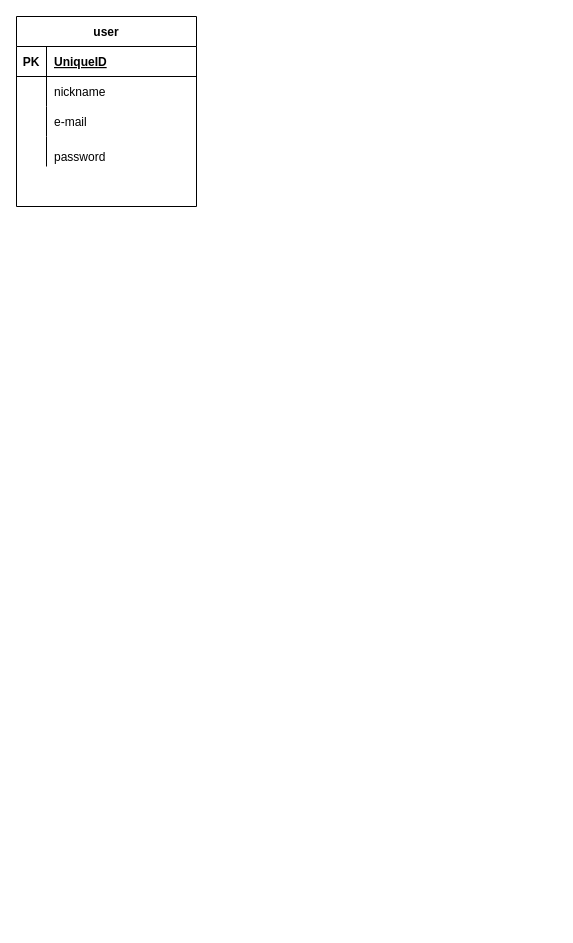
Earlier version of the draw.io diagram test.dio (tsizo/furima-34274). Source tidied: cells renumbered, new cells numbered last; positions are measured from the earlier drawing's top-left corner, leaving out a move shared by most shapes. Both pictures are drawn from the tidied source at 100%, with x=0, y=0 at pixel (16, 16).
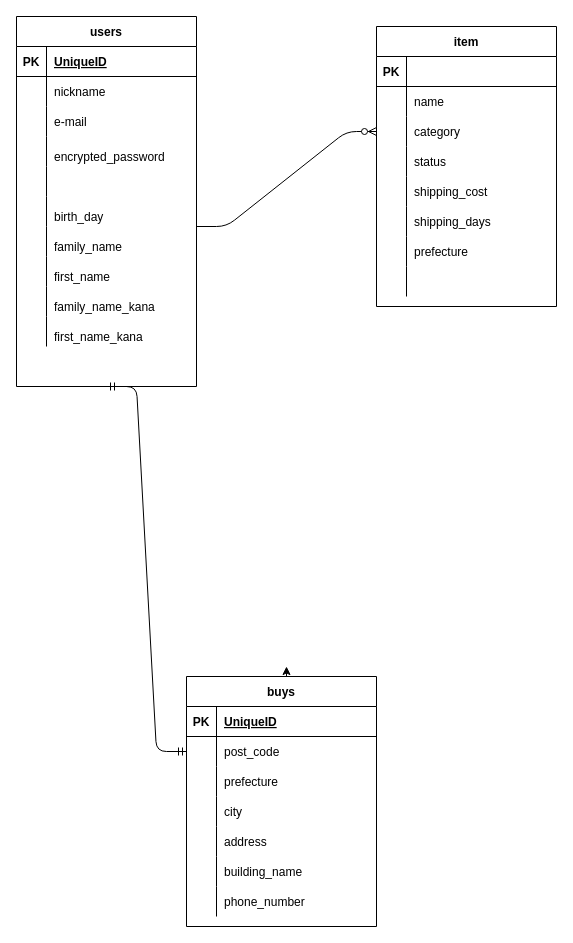
After the change.

The change refers to these unchanged cells:
```xml
<mxCell id="12" style="shape=partialRectangle;fillColor=none;top=0;left=0;bottom=0;right=0;" parent="2" vertex="1">
  <mxGeometry y="120" width="180" height="30" as="geometry" />
</mxCell>
```

Diff of the diagram source:
```diff
@@
+    <mxCell id="15" style="edgeStyle=orthogonalEdgeStyle;rounded=0;jettySize=auto;html=1;" parent="1" edge="1" source="2">
+      <mxGeometry relative="1" as="geometry">
+        <mxPoint y="200" as="targetPoint" />
+        <Array as="points">
+          <mxPoint y="190" />
+          <mxPoint y="190" />
+        </Array>
+      </mxGeometry>
+    </mxCell>
-    <mxCell id="2" value="user" style="shape=table;startSize=30;childLayout=tableLayout;rowLines=0;fontStyle=1;align=center;" parent="1" vertex="1">
-      <mxGeometry width="180" height="190" as="geometry" />
+    <mxCell id="2" value="users" style="shape=table;startSize=30;childLayout=tableLayout;rowLines=0;fontStyle=1;align=center;" parent="1" vertex="1">
+      <mxGeometry width="180" height="370" as="geometry" />
     </mxCell>
@@
-    <mxCell id="14" value="password" style="shape=partialRectangle;fillColor=none;top=0;left=0;bottom=0;right=0;align=left;spacingLeft=6;overflow=hidden;verticalAlign=bottom;" parent="12" vertex="1">
+    <mxCell id="14" value="encrypted_password" style="shape=partialRectangle;fillColor=none;top=0;left=0;bottom=0;right=0;align=left;spacingLeft=6;overflow=hidden;verticalAlign=bottom;" parent="12" vertex="1">
       <mxGeometry x="30" width="150" height="30" as="geometry" />
     </mxCell>
+    <mxCell id="16" style="shape=partialRectangle;fillColor=none;top=0;left=0;bottom=0;right=0;" parent="2" vertex="1">
+      <mxGeometry y="150" width="180" height="30" as="geometry" />
+    </mxCell>
+    <mxCell id="17" style="shape=partialRectangle;fillColor=none;top=0;left=0;bottom=0;right=0;overflow=hidden;" parent="16" vertex="1">
+      <mxGeometry width="30" height="30" as="geometry" />
+    </mxCell>
+    <mxCell id="18" style="shape=partialRectangle;fillColor=none;top=0;left=0;bottom=0;right=0;align=left;spacingLeft=6;overflow=hidden;verticalAlign=bottom;" parent="16" vertex="1">
+      <mxGeometry x="30" width="150" height="30" as="geometry" />
+    </mxCell>
+    <mxCell id="19" style="shape=partialRectangle;fillColor=none;top=0;left=0;bottom=0;right=0;" parent="2" vertex="1">
+      <mxGeometry y="180" width="180" height="30" as="geometry" />
+    </mxCell>
+    <mxCell id="20" style="shape=partialRectangle;fillColor=none;top=0;left=0;bottom=0;right=0;overflow=hidden;" parent="19" vertex="1">
+      <mxGeometry width="30" height="30" as="geometry" />
+    </mxCell>
+    <mxCell id="21" value="birth_day" style="shape=partialRectangle;fillColor=none;top=0;left=0;bottom=0;right=0;align=left;spacingLeft=6;overflow=hidden;verticalAlign=bottom;" parent="19" vertex="1">
+      <mxGeometry x="30" width="150" height="30" as="geometry" />
+    </mxCell>
+    <mxCell id="22" style="shape=partialRectangle;fillColor=none;top=0;left=0;bottom=0;right=0;" parent="2" vertex="1">
+      <mxGeometry y="210" width="180" height="30" as="geometry" />
+    </mxCell>
+    <mxCell id="23" style="shape=partialRectangle;fillColor=none;top=0;left=0;bottom=0;right=0;overflow=hidden;" parent="22" vertex="1">
+      <mxGeometry width="30" height="30" as="geometry" />
+    </mxCell>
+    <mxCell id="24" value="family_name" style="shape=partialRectangle;fillColor=none;top=0;left=0;bottom=0;right=0;align=left;spacingLeft=6;overflow=hidden;verticalAlign=bottom;" parent="22" vertex="1">
+      <mxGeometry x="30" width="150" height="30" as="geometry" />
+    </mxCell>
+    <mxCell id="25" style="shape=partialRectangle;fillColor=none;top=0;left=0;bottom=0;right=0;" parent="2" vertex="1">
+      <mxGeometry y="240" width="180" height="30" as="geometry" />
+    </mxCell>
+    <mxCell id="26" style="shape=partialRectangle;fillColor=none;top=0;left=0;bottom=0;right=0;overflow=hidden;" parent="25" vertex="1">
+      <mxGeometry width="30" height="30" as="geometry" />
+    </mxCell>
+    <mxCell id="27" value="first_name" style="shape=partialRectangle;fillColor=none;top=0;left=0;bottom=0;right=0;align=left;spacingLeft=6;overflow=hidden;verticalAlign=bottom;" parent="25" vertex="1">
+      <mxGeometry x="30" width="150" height="30" as="geometry" />
+    </mxCell>
+    <mxCell id="28" style="shape=partialRectangle;fillColor=none;top=0;left=0;bottom=0;right=0;" parent="2" vertex="1">
+      <mxGeometry y="270" width="180" height="30" as="geometry" />
+    </mxCell>
+    <mxCell id="29" style="shape=partialRectangle;fillColor=none;top=0;left=0;bottom=0;right=0;overflow=hidden;" parent="28" vertex="1">
+      <mxGeometry width="30" height="30" as="geometry" />
+    </mxCell>
+    <mxCell id="30" value="family_name_kana" style="shape=partialRectangle;fillColor=none;top=0;left=0;bottom=0;right=0;align=left;spacingLeft=6;overflow=hidden;verticalAlign=bottom;" parent="28" vertex="1">
+      <mxGeometry x="30" width="150" height="30" as="geometry" />
+    </mxCell>
+    <mxCell id="31" style="shape=partialRectangle;fillColor=none;top=0;left=0;bottom=0;right=0;" parent="2" vertex="1">
+      <mxGeometry y="300" width="180" height="30" as="geometry" />
+    </mxCell>
+    <mxCell id="32" style="shape=partialRectangle;fillColor=none;top=0;left=0;bottom=0;right=0;overflow=hidden;" parent="31" vertex="1">
+      <mxGeometry width="30" height="30" as="geometry" />
+    </mxCell>
+    <mxCell id="33" value="first_name_kana" style="shape=partialRectangle;fillColor=none;top=0;left=0;bottom=0;right=0;align=left;spacingLeft=6;overflow=hidden;verticalAlign=bottom;" parent="31" vertex="1">
+      <mxGeometry x="30" width="150" height="30" as="geometry" />
+    </mxCell>
+    <mxCell id="34" value="item" style="shape=table;startSize=30;childLayout=tableLayout;rowLines=0;fontStyle=1;align=center;" parent="1" vertex="1">
+      <mxGeometry x="360" y="10" width="180" height="280" as="geometry" />
+    </mxCell>
+    <mxCell id="35" style="shape=partialRectangle;fillColor=none;top=0;left=0;bottom=1;right=0;" parent="34" vertex="1">
+      <mxGeometry y="30" width="180" height="30" as="geometry" />
+    </mxCell>
+    <mxCell id="36" value="PK" style="shape=partialRectangle;fillColor=none;top=0;left=0;bottom=0;right=0;fontStyle=1;overflow=hidden;" parent="35" vertex="1">
+      <mxGeometry width="30" height="30" as="geometry" />
+    </mxCell>
+    <mxCell id="37" style="shape=partialRectangle;fillColor=none;top=0;left=0;bottom=0;right=0;align=left;spacingLeft=6;fontStyle=5;overflow=hidden;" parent="35" vertex="1">
+      <mxGeometry x="30" width="150" height="30" as="geometry" />
+    </mxCell>
+    <mxCell id="38" style="shape=partialRectangle;fillColor=none;top=0;left=0;bottom=0;right=0;" parent="34" vertex="1">
+      <mxGeometry y="60" width="180" height="30" as="geometry" />
+    </mxCell>
+    <mxCell id="39" style="shape=partialRectangle;fillColor=none;top=0;left=0;bottom=0;right=0;overflow=hidden;" parent="38" vertex="1">
+      <mxGeometry width="30" height="30" as="geometry" />
+    </mxCell>
+    <mxCell id="40" value="name" style="shape=partialRectangle;fillColor=none;top=0;left=0;bottom=0;right=0;align=left;spacingLeft=6;overflow=hidden;" parent="38" vertex="1">
+      <mxGeometry x="30" width="150" height="30" as="geometry" />
+    </mxCell>
+    <mxCell id="41" style="shape=partialRectangle;fillColor=none;top=0;left=0;bottom=0;right=0;points=[[0,0.5],[1,0.5]];portConstraint=eastwest;" parent="34" vertex="1">
+      <mxGeometry y="90" width="180" height="30" as="geometry" />
+    </mxCell>
+    <mxCell id="42" style="shape=partialRectangle;fillColor=none;top=0;left=0;bottom=0;right=0;overflow=hidden;" parent="41" vertex="1">
+      <mxGeometry width="30" height="30" as="geometry" />
+    </mxCell>
+    <mxCell id="43" value="category" style="shape=partialRectangle;fillColor=none;top=0;left=0;bottom=0;right=0;align=left;spacingLeft=6;overflow=hidden;" parent="41" vertex="1">
+      <mxGeometry x="30" width="150" height="30" as="geometry" />
+    </mxCell>
+    <mxCell id="44" style="shape=partialRectangle;fillColor=none;top=0;left=0;bottom=0;right=0;" parent="34" vertex="1">
+      <mxGeometry y="120" width="180" height="30" as="geometry" />
+    </mxCell>
+    <mxCell id="45" style="shape=partialRectangle;fillColor=none;top=0;left=0;bottom=0;right=0;overflow=hidden;" parent="44" vertex="1">
+      <mxGeometry width="30" height="30" as="geometry" />
+    </mxCell>
+    <mxCell id="46" value="status" style="shape=partialRectangle;fillColor=none;top=0;left=0;bottom=0;right=0;align=left;spacingLeft=6;overflow=hidden;" parent="44" vertex="1">
+      <mxGeometry x="30" width="150" height="30" as="geometry" />
+    </mxCell>
+    <mxCell id="47" style="shape=partialRectangle;fillColor=none;top=0;left=0;bottom=0;right=0;" parent="34" vertex="1">
+      <mxGeometry y="150" width="180" height="30" as="geometry" />
+    </mxCell>
+    <mxCell id="48" style="shape=partialRectangle;fillColor=none;top=0;left=0;bottom=0;right=0;overflow=hidden;" parent="47" vertex="1">
+      <mxGeometry width="30" height="30" as="geometry" />
+    </mxCell>
+    <mxCell id="49" value="shipping_cost" style="shape=partialRectangle;fillColor=none;top=0;left=0;bottom=0;right=0;align=left;spacingLeft=6;overflow=hidden;" parent="47" vertex="1">
+      <mxGeometry x="30" width="150" height="30" as="geometry" />
+    </mxCell>
+    <mxCell id="50" style="shape=partialRectangle;fillColor=none;top=0;left=0;bottom=0;right=0;" parent="34" vertex="1">
+      <mxGeometry y="180" width="180" height="30" as="geometry" />
+    </mxCell>
+    <mxCell id="51" style="shape=partialRectangle;fillColor=none;top=0;left=0;bottom=0;right=0;overflow=hidden;" parent="50" vertex="1">
+      <mxGeometry width="30" height="30" as="geometry" />
+    </mxCell>
+    <mxCell id="52" value="shipping_days" style="shape=partialRectangle;fillColor=none;top=0;left=0;bottom=0;right=0;align=left;spacingLeft=6;overflow=hidden;" parent="50" vertex="1">
+      <mxGeometry x="30" width="150" height="30" as="geometry" />
+    </mxCell>
+    <mxCell id="53" style="shape=partialRectangle;fillColor=none;top=0;left=0;bottom=0;right=0;" parent="34" vertex="1">
+      <mxGeometry y="210" width="180" height="30" as="geometry" />
+    </mxCell>
+    <mxCell id="54" style="shape=partialRectangle;fillColor=none;top=0;left=0;bottom=0;right=0;overflow=hidden;" parent="53" vertex="1">
+      <mxGeometry width="30" height="30" as="geometry" />
+    </mxCell>
+    <mxCell id="55" value="prefecture" style="shape=partialRectangle;fillColor=none;top=0;left=0;bottom=0;right=0;align=left;spacingLeft=6;overflow=hidden;" parent="53" vertex="1">
+      <mxGeometry x="30" width="150" height="30" as="geometry" />
+    </mxCell>
+    <mxCell id="56" style="shape=partialRectangle;fillColor=none;top=0;left=0;bottom=0;right=0;" parent="34" vertex="1">
+      <mxGeometry y="240" width="180" height="30" as="geometry" />
+    </mxCell>
+    <mxCell id="57" style="shape=partialRectangle;fillColor=none;top=0;left=0;bottom=0;right=0;overflow=hidden;" parent="56" vertex="1">
+      <mxGeometry width="30" height="30" as="geometry" />
+    </mxCell>
+    <mxCell id="58" style="shape=partialRectangle;fillColor=none;top=0;left=0;bottom=0;right=0;align=left;spacingLeft=6;overflow=hidden;" parent="56" vertex="1">
+      <mxGeometry x="30" width="150" height="30" as="geometry" />
+    </mxCell>
+    <mxCell id="59" value="buys" style="shape=table;startSize=30;childLayout=tableLayout;rowLines=0;fontStyle=1;align=center;" parent="1" vertex="1">
+      <mxGeometry x="170" y="660" width="190" height="250" as="geometry" />
+    </mxCell>
+    <mxCell id="60" style="shape=partialRectangle;fillColor=none;top=0;left=0;bottom=1;right=0;" parent="59" vertex="1">
+      <mxGeometry y="30" width="190" height="30" as="geometry" />
+    </mxCell>
+    <mxCell id="61" value="PK" style="shape=partialRectangle;fillColor=none;top=0;left=0;bottom=0;right=0;fontStyle=1;overflow=hidden;" parent="60" vertex="1">
+      <mxGeometry width="30" height="30" as="geometry" />
+    </mxCell>
+    <mxCell id="62" value="UniqueID" style="shape=partialRectangle;fillColor=none;top=0;left=0;bottom=0;right=0;align=left;spacingLeft=6;fontStyle=5;overflow=hidden;" parent="60" vertex="1">
+      <mxGeometry x="30" width="160" height="30" as="geometry" />
+    </mxCell>
+    <mxCell id="63" style="shape=partialRectangle;fillColor=none;top=0;left=0;bottom=0;right=0;points=[[0,0.5],[1,0.5]];portConstraint=eastwest;" parent="59" vertex="1">
+      <mxGeometry y="60" width="190" height="30" as="geometry" />
+    </mxCell>
+    <mxCell id="64" style="shape=partialRectangle;fillColor=none;top=0;left=0;bottom=0;right=0;overflow=hidden;" parent="63" vertex="1">
+      <mxGeometry width="30" height="30" as="geometry" />
+    </mxCell>
+    <mxCell id="65" value="post_code" style="shape=partialRectangle;fillColor=none;top=0;left=0;bottom=0;right=0;align=left;spacingLeft=6;overflow=hidden;" parent="63" vertex="1">
+      <mxGeometry x="30" width="160" height="30" as="geometry" />
+    </mxCell>
+    <mxCell id="66" style="shape=partialRectangle;fillColor=none;top=0;left=0;bottom=0;right=0;" parent="59" vertex="1">
+      <mxGeometry y="90" width="190" height="30" as="geometry" />
+    </mxCell>
+    <mxCell id="67" style="shape=partialRectangle;fillColor=none;top=0;left=0;bottom=0;right=0;overflow=hidden;" parent="66" vertex="1">
+      <mxGeometry width="30" height="30" as="geometry" />
+    </mxCell>
+    <mxCell id="68" value="prefecture" style="shape=partialRectangle;fillColor=none;top=0;left=0;bottom=0;right=0;align=left;spacingLeft=6;overflow=hidden;" parent="66" vertex="1">
+      <mxGeometry x="30" width="160" height="30" as="geometry" />
+    </mxCell>
+    <mxCell id="69" style="shape=partialRectangle;fillColor=none;top=0;left=0;bottom=0;right=0;" parent="59" vertex="1">
+      <mxGeometry y="120" width="190" height="30" as="geometry" />
+    </mxCell>
+    <mxCell id="70" style="shape=partialRectangle;fillColor=none;top=0;left=0;bottom=0;right=0;overflow=hidden;" parent="69" vertex="1">
+      <mxGeometry width="30" height="30" as="geometry" />
+    </mxCell>
+    <mxCell id="71" value="city" style="shape=partialRectangle;fillColor=none;top=0;left=0;bottom=0;right=0;align=left;spacingLeft=6;overflow=hidden;" parent="69" vertex="1">
+      <mxGeometry x="30" width="160" height="30" as="geometry" />
+    </mxCell>
+    <mxCell id="72" style="shape=partialRectangle;fillColor=none;top=0;left=0;bottom=0;right=0;" parent="59" vertex="1">
+      <mxGeometry y="150" width="190" height="30" as="geometry" />
+    </mxCell>
+    <mxCell id="73" style="shape=partialRectangle;fillColor=none;top=0;left=0;bottom=0;right=0;overflow=hidden;" parent="72" vertex="1">
+      <mxGeometry width="30" height="30" as="geometry" />
+    </mxCell>
+    <mxCell id="74" value="address" style="shape=partialRectangle;fillColor=none;top=0;left=0;bottom=0;right=0;align=left;spacingLeft=6;overflow=hidden;" parent="72" vertex="1">
+      <mxGeometry x="30" width="160" height="30" as="geometry" />
+    </mxCell>
+    <mxCell id="75" style="shape=partialRectangle;fillColor=none;top=0;left=0;bottom=0;right=0;" parent="59" vertex="1">
+      <mxGeometry y="180" width="190" height="30" as="geometry" />
+    </mxCell>
+    <mxCell id="76" style="shape=partialRectangle;fillColor=none;top=0;left=0;bottom=0;right=0;overflow=hidden;" parent="75" vertex="1">
+      <mxGeometry width="30" height="30" as="geometry" />
+    </mxCell>
+    <mxCell id="77" value="building_name" style="shape=partialRectangle;fillColor=none;top=0;left=0;bottom=0;right=0;align=left;spacingLeft=6;overflow=hidden;" parent="75" vertex="1">
+      <mxGeometry x="30" width="160" height="30" as="geometry" />
+    </mxCell>
+    <mxCell id="78" style="shape=partialRectangle;fillColor=none;top=0;left=0;bottom=0;right=0;" parent="59" vertex="1">
+      <mxGeometry y="210" width="190" height="30" as="geometry" />
+    </mxCell>
+    <mxCell id="79" style="shape=partialRectangle;fillColor=none;top=0;left=0;bottom=0;right=0;overflow=hidden;" parent="78" vertex="1">
+      <mxGeometry width="30" height="30" as="geometry" />
+    </mxCell>
+    <mxCell id="80" value="phone_number" style="shape=partialRectangle;fillColor=none;top=0;left=0;bottom=0;right=0;align=left;spacingLeft=6;overflow=hidden;" parent="78" vertex="1">
+      <mxGeometry x="30" width="160" height="30" as="geometry" />
+    </mxCell>
+    <mxCell id="81" style="edgeStyle=orthogonalEdgeStyle;rounded=0;jettySize=auto;html=1;exitX=0.5;exitY=0;exitDx=0;exitDy=0;" parent="1" edge="1" source="59">
+      <mxGeometry relative="1" as="geometry">
+        <mxPoint x="270" y="650" as="targetPoint" />
+      </mxGeometry>
+    </mxCell>
+    <mxCell id="82" style="edgeStyle=entityRelationEdgeStyle;fontSize=12;html=1;endArrow=ERzeroToMany;endFill=1;entryX=0;entryY=0.5;entryDx=0;entryDy=0;" parent="1" edge="1" target="41">
+      <mxGeometry relative="1" as="geometry">
+        <mxPoint x="180" y="210" as="sourcePoint" />
+      </mxGeometry>
+    </mxCell>
+    <mxCell id="83" style="edgeStyle=entityRelationEdgeStyle;fontSize=12;html=1;endArrow=ERmandOne;startArrow=ERmandOne;exitX=0.5;exitY=1;exitDx=0;exitDy=0;entryX=0;entryY=0.5;entryDx=0;entryDy=0;" parent="1" edge="1" source="2" target="63">
+      <mxGeometry relative="1" as="geometry" />
+    </mxCell>
```
